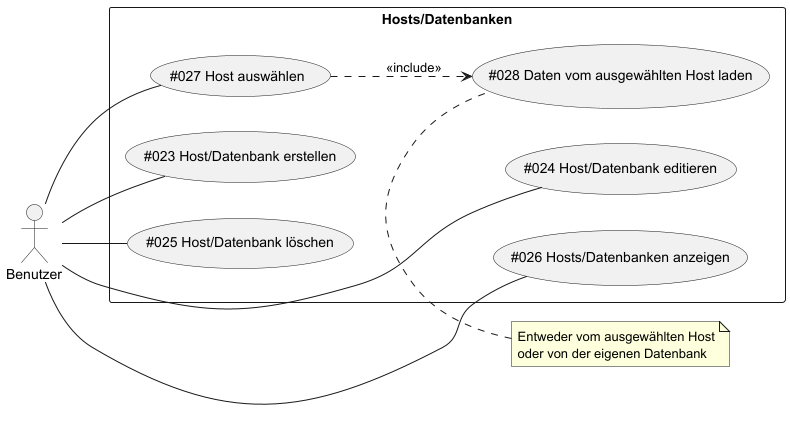
This is data-integration-documentation/src/main/images/usecases/hosts.png from TuncerCatalkaya/data-integration, a PlantUML export, as it was before one commit. The source it was exported from:
```plantuml
@startuml
left to right direction

actor Benutzer as Actor1

rectangle "Hosts/Datenbanken" {
    (#023 Host/Datenbank erstellen) as (UC23)
    (#024 Host/Datenbank editieren) as (UC24)
    (#025 Host/Datenbank löschen) as (UC25)
    (#026 Hosts/Datenbanken anzeigen) as (UC26)
    (#027 Host auswählen) as (UC27)
    (#028 Daten vom ausgewählten Host laden) as (UC28)
}

note "Entweder vom ausgewählten Host\noder von der eigenen Datenbank" as N1

Actor1 -- (UC23)
Actor1 -- (UC24)
Actor1 -- (UC25)
Actor1 -- (UC26)
Actor1 -- (UC27)

(UC27) ..> (UC28): <<include>>

N1 . (UC28)

(UC23) -[hidden]- (UC24)
(UC25) -[hidden]- (UC26)

@enduml
```
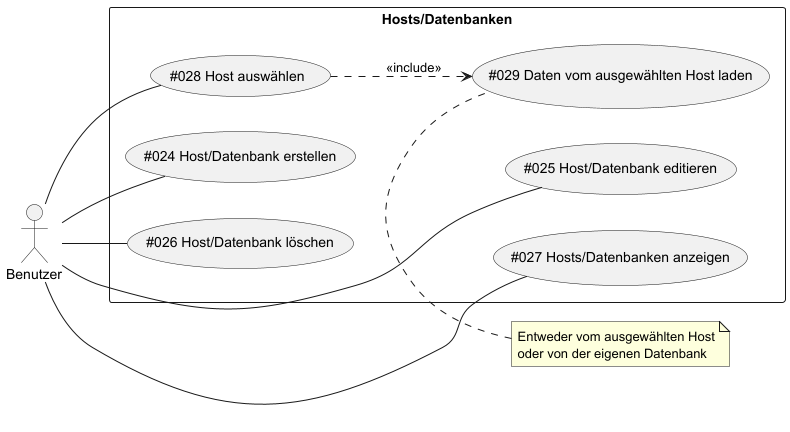
The same file after the commit.

Diff of the diagram source:
```diff
@@ -4,27 +4,27 @@
 actor Benutzer as Actor1
 
 rectangle "Hosts/Datenbanken" {
-    (#023 Host/Datenbank erstellen) as (UC23)
-    (#024 Host/Datenbank editieren) as (UC24)
-    (#025 Host/Datenbank löschen) as (UC25)
-    (#026 Hosts/Datenbanken anzeigen) as (UC26)
-    (#027 Host auswählen) as (UC27)
-    (#028 Daten vom ausgewählten Host laden) as (UC28)
+    (#024 Host/Datenbank erstellen) as (UC24)
+    (#025 Host/Datenbank editieren) as (UC25)
+    (#026 Host/Datenbank löschen) as (UC26)
+    (#027 Hosts/Datenbanken anzeigen) as (UC27)
+    (#028 Host auswählen) as (UC28)
+    (#029 Daten vom ausgewählten Host laden) as (UC29)
 }
 
 note "Entweder vom ausgewählten Host\noder von der eigenen Datenbank" as N1
 
-Actor1 -- (UC23)
 Actor1 -- (UC24)
 Actor1 -- (UC25)
 Actor1 -- (UC26)
 Actor1 -- (UC27)
+Actor1 -- (UC28)
 
-(UC27) ..> (UC28): <<include>>
+(UC28) ..> (UC29): <<include>>
 
-N1 . (UC28)
+N1 . (UC29)
 
-(UC23) -[hidden]- (UC24)
-(UC25) -[hidden]- (UC26)
+(UC24) -[hidden]- (UC25)
+(UC26) -[hidden]- (UC27)
 
 @enduml
```
